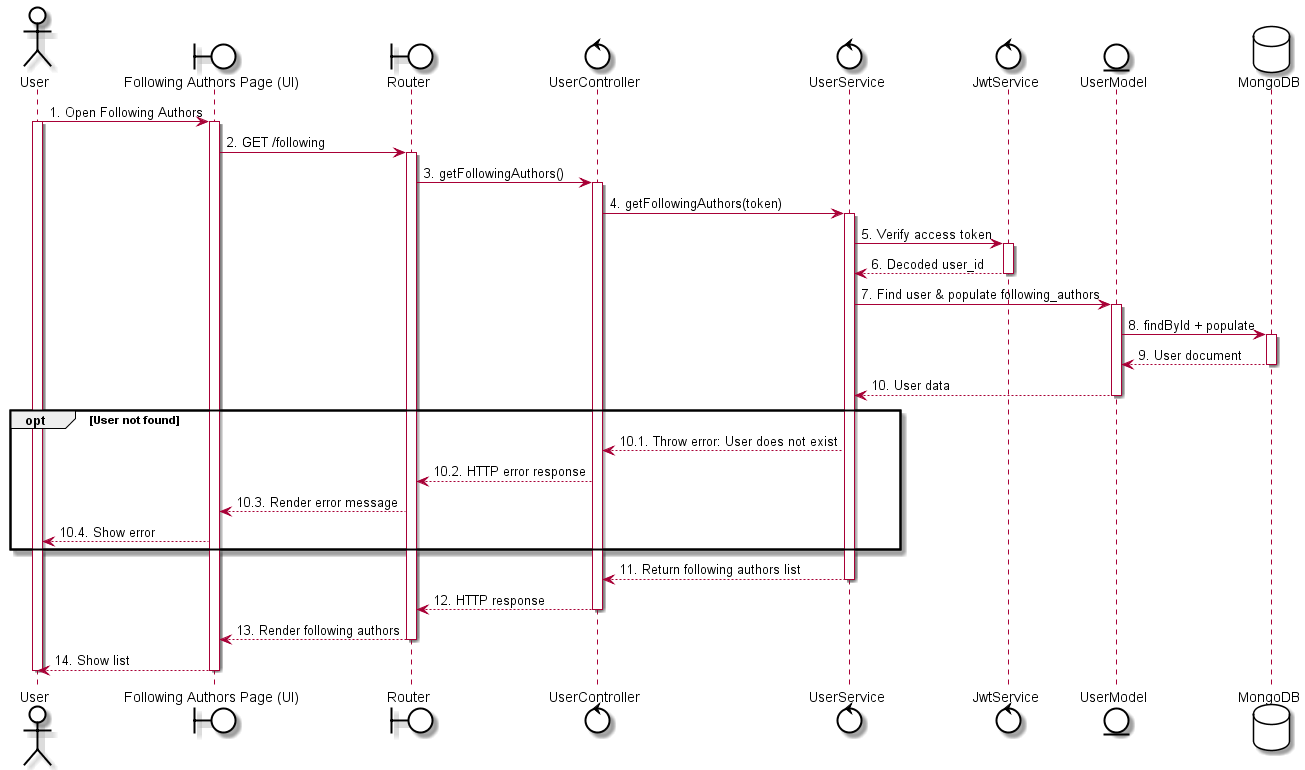
Before: out/uc35 - View Following/uc35 - View Following.png, a diagram exported from PlantUML (LGK1412/sequence_sep490_01). Source of this version:
```plantuml
@startuml
skinparam {
    ActorBackgroundColor #FFFFFF
    BoundaryBackgroundColor #FFFFFF
    ControlBackgroundColor #FFFFFF
    EntityBackgroundColor #FFFFFF
    DatabaseBackgroundColor #FFFFFF

    ActorBorderColor black
    BoundaryBorderColor black
    ControlBorderColor black
    EntityBorderColor black
    DatabaseBorderColor black
}

actor User
boundary "Following Authors Page (UI)" as UI
boundary Router
control UserController
control UserService
control JwtService
entity UserModel
database MongoDB

User -> UI: 1. Open Following Authors
activate User
activate UI

UI -> Router: 2. GET /following
activate Router

Router -> UserController: 3. getFollowingAuthors()
activate UserController
UserController -> UserService: 4. getFollowingAuthors(token)

activate UserService
UserService -> JwtService: 5. Verify access token
activate JwtService
JwtService --> UserService: 6. Decoded user_id
deactivate JwtService

UserService -> UserModel: 7. Find user & populate following_authors
activate UserModel
UserModel -> MongoDB: 8. findById + populate
activate MongoDB
MongoDB --> UserModel: 9. User document
deactivate MongoDB
UserModel --> UserService: 10. User data
deactivate UserModel

opt User not found
    UserService --> UserController: 10.1. Throw error: User does not exist
    UserController --> Router: 10.2. HTTP error response
    Router --> UI: 10.3. Render error message
    UI --> User: 10.4. Show error
end

UserService --> UserController: 11. Return following authors list
deactivate UserService

UserController --> Router: 12. HTTP response
deactivate UserController
Router --> UI: 13. Render following authors
deactivate Router
UI --> User: 14. Show list
deactivate UI
deactivate User
@enduml
```
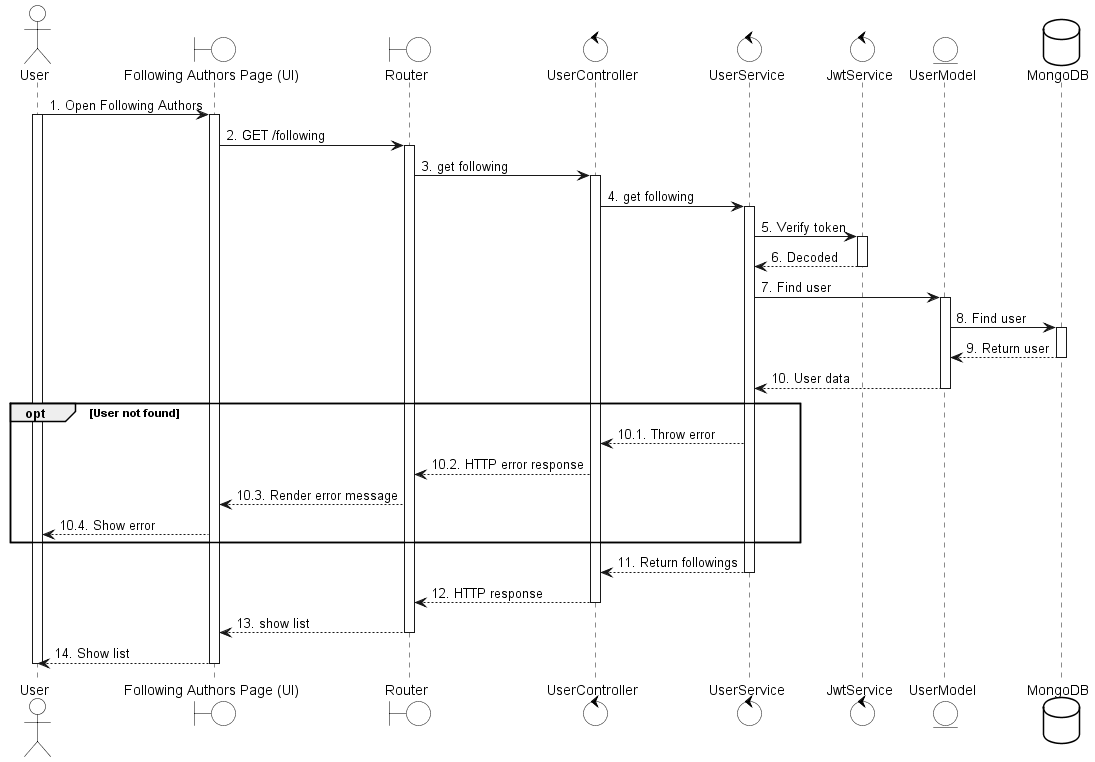
After the commit.

Change to the diagram source:
```diff
@@ -29,38 +29,38 @@
 UI -> Router: 2. GET /following
 activate Router
 
-Router -> UserController: 3. getFollowingAuthors()
+Router -> UserController: 3. get following
 activate UserController
-UserController -> UserService: 4. getFollowingAuthors(token)
+UserController -> UserService: 4. get following
 
 activate UserService
-UserService -> JwtService: 5. Verify access token
+UserService -> JwtService: 5. Verify token
 activate JwtService
-JwtService --> UserService: 6. Decoded user_id
+JwtService --> UserService: 6. Decoded
 deactivate JwtService
 
-UserService -> UserModel: 7. Find user & populate following_authors
+UserService -> UserModel: 7. Find user
 activate UserModel
-UserModel -> MongoDB: 8. findById + populate
+UserModel -> MongoDB: 8. Find user
 activate MongoDB
-MongoDB --> UserModel: 9. User document
+MongoDB --> UserModel: 9. Return user
 deactivate MongoDB
 UserModel --> UserService: 10. User data
 deactivate UserModel
 
 opt User not found
-    UserService --> UserController: 10.1. Throw error: User does not exist
+    UserService --> UserController: 10.1. Throw error
     UserController --> Router: 10.2. HTTP error response
     Router --> UI: 10.3. Render error message
     UI --> User: 10.4. Show error
 end
 
-UserService --> UserController: 11. Return following authors list
+UserService --> UserController: 11. Return followings
 deactivate UserService
 
 UserController --> Router: 12. HTTP response
 deactivate UserController
-Router --> UI: 13. Render following authors
+Router --> UI: 13. show list
 deactivate Router
 UI --> User: 14. Show list
 deactivate UI
```
